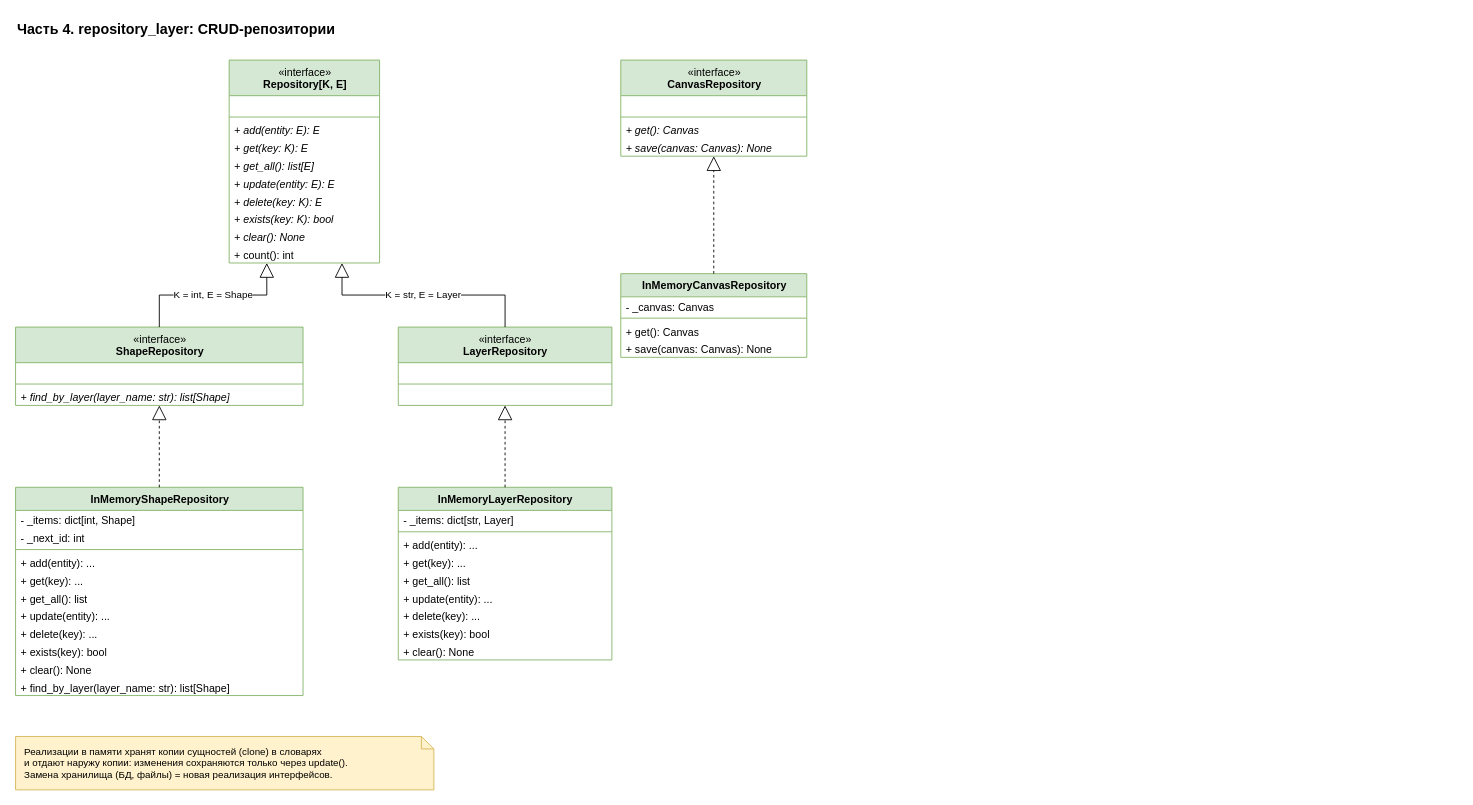
Earlier version of the draw.io diagram page "Часть 4. repository_layer" (4 of 6) of docs/uml/class_diagram.drawio (knockck/Lab1). Source tidied: cells renumbered, new cells numbered last; positions are measured from the earlier drawing's top-left corner, leaving out a move shared by most shapes. Both pictures are drawn from the tidied source at 89%, with x=0, y=0 at pixel (15, 15).
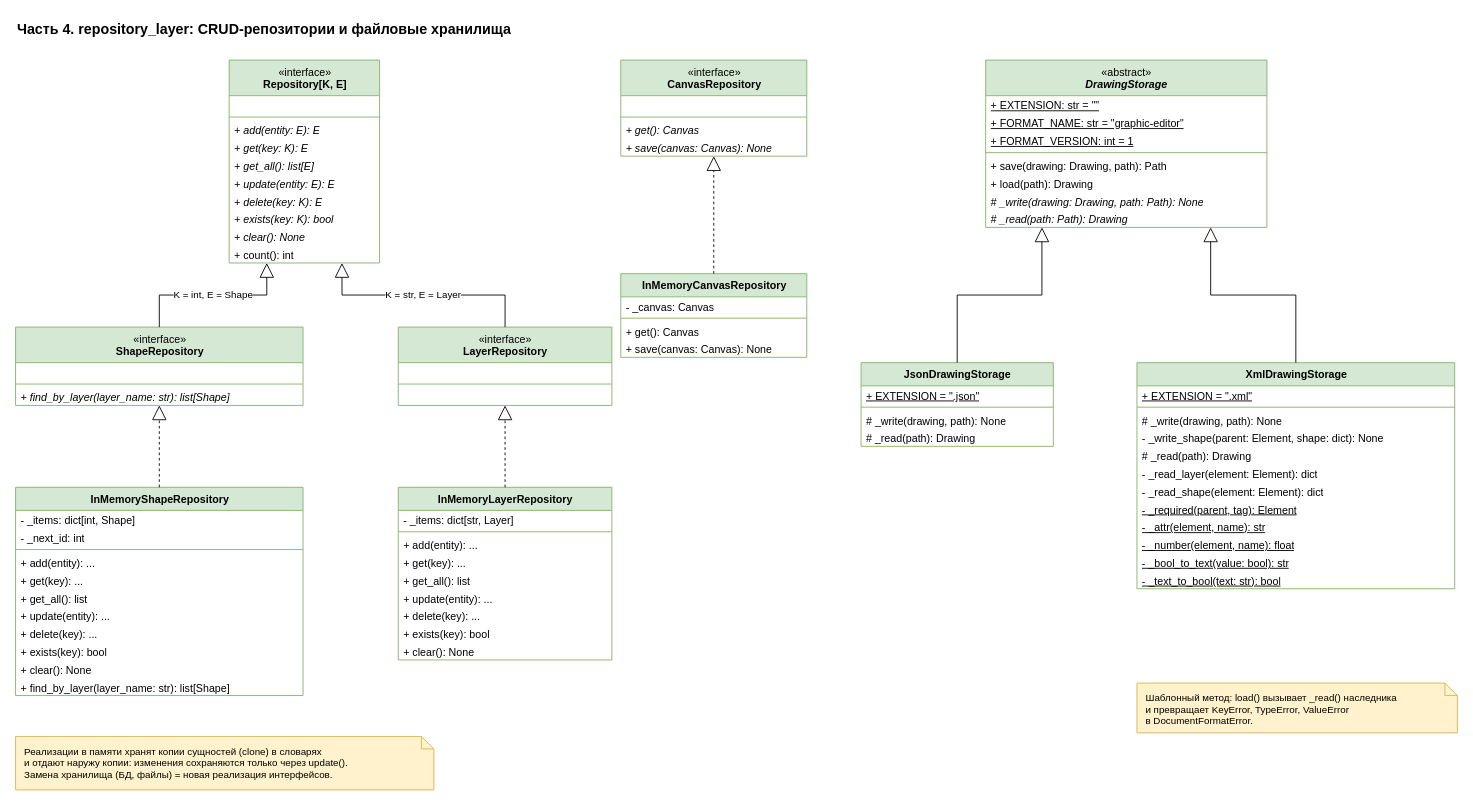
Above is the later version.

Commit message (it also covers changes not shown here):
Актуализировать UML-диаграмму: файловые хранилища

Change to the diagram source:
```diff
@@
-    <mxCell id="2" value="Часть 4. repository_layer: CRUD-репозитории" style="text;html=1;align=left;verticalAlign=middle;fontSize=16;fontStyle=1;" parent="1" vertex="1">
+    <mxCell id="2" value="Часть 4. repository_layer: CRUD-репозитории и файловые хранилища" style="text;html=1;align=left;verticalAlign=middle;fontSize=16;fontStyle=1;" parent="1" vertex="1">
       <mxGeometry width="800" height="30" as="geometry" />
     </mxCell>
@@
+    <mxCell id="60" value="&lt;span style=&quot;font-weight:normal&quot;&gt;«abstract»&lt;/span&gt;&lt;br&gt;&lt;i&gt;DrawingStorage&lt;/i&gt;" style="swimlane;fontStyle=1;align=center;verticalAlign=top;horizontal=1;startSize=40;html=1;fillColor=#d5e8d4;strokeColor=#82b366;swimlaneFillColor=#ffffff;fontSize=12;" parent="1" vertex="1">
+      <mxGeometry x="1090" y="50" width="316" height="188" as="geometry" />
+    </mxCell>
+    <mxCell id="61" value="+ EXTENSION: str = &quot;&quot;" style="text;strokeColor=none;fillColor=none;align=left;verticalAlign=top;spacingLeft=4;spacingRight=4;spacingTop=-2;overflow=hidden;html=1;fontSize=12;fontStyle=4;" parent="60" vertex="1">
+      <mxGeometry y="40" width="316" height="20" as="geometry" />
+    </mxCell>
+    <mxCell id="62" value="+ FORMAT_NAME: str = &quot;graphic-editor&quot;" style="text;strokeColor=none;fillColor=none;align=left;verticalAlign=top;spacingLeft=4;spacingRight=4;spacingTop=-2;overflow=hidden;html=1;fontSize=12;fontStyle=4;" parent="60" vertex="1">
+      <mxGeometry y="60" width="316" height="20" as="geometry" />
+    </mxCell>
+    <mxCell id="63" value="+ FORMAT_VERSION: int = 1" style="text;strokeColor=none;fillColor=none;align=left;verticalAlign=top;spacingLeft=4;spacingRight=4;spacingTop=-2;overflow=hidden;html=1;fontSize=12;fontStyle=4;" parent="60" vertex="1">
+      <mxGeometry y="80" width="316" height="20" as="geometry" />
+    </mxCell>
+    <mxCell id="64" style="line;strokeWidth=1;fillColor=none;align=left;verticalAlign=middle;spacingTop=-1;spacingLeft=3;spacingRight=3;labelPosition=right;strokeColor=inherit;" parent="60" vertex="1">
+      <mxGeometry y="100" width="316" height="8" as="geometry" />
+    </mxCell>
+    <mxCell id="65" value="+ save(drawing: Drawing, path): Path" style="text;strokeColor=none;fillColor=none;align=left;verticalAlign=top;spacingLeft=4;spacingRight=4;spacingTop=-2;overflow=hidden;html=1;fontSize=12;fontStyle=0;" parent="60" vertex="1">
+      <mxGeometry y="108" width="316" height="20" as="geometry" />
+    </mxCell>
+    <mxCell id="66" value="+ load(path): Drawing" style="text;strokeColor=none;fillColor=none;align=left;verticalAlign=top;spacingLeft=4;spacingRight=4;spacingTop=-2;overflow=hidden;html=1;fontSize=12;fontStyle=0;" parent="60" vertex="1">
+      <mxGeometry y="128" width="316" height="20" as="geometry" />
+    </mxCell>
+    <mxCell id="67" value="# _write(drawing: Drawing, path: Path): None" style="text;strokeColor=none;fillColor=none;align=left;verticalAlign=top;spacingLeft=4;spacingRight=4;spacingTop=-2;overflow=hidden;html=1;fontSize=12;fontStyle=2;" parent="60" vertex="1">
+      <mxGeometry y="148" width="316" height="20" as="geometry" />
+    </mxCell>
+    <mxCell id="68" value="# _read(path: Path): Drawing" style="text;strokeColor=none;fillColor=none;align=left;verticalAlign=top;spacingLeft=4;spacingRight=4;spacingTop=-2;overflow=hidden;html=1;fontSize=12;fontStyle=2;" parent="60" vertex="1">
+      <mxGeometry y="168" width="316" height="20" as="geometry" />
+    </mxCell>
+    <mxCell id="69" value="JsonDrawingStorage" style="swimlane;fontStyle=1;align=center;verticalAlign=top;horizontal=1;startSize=26;html=1;fillColor=#d5e8d4;strokeColor=#82b366;swimlaneFillColor=#ffffff;fontSize=12;" parent="1" vertex="1">
+      <mxGeometry x="950" y="390" width="216" height="94" as="geometry" />
+    </mxCell>
+    <mxCell id="70" value="+ EXTENSION = &quot;.json&quot;" style="text;strokeColor=none;fillColor=none;align=left;verticalAlign=top;spacingLeft=4;spacingRight=4;spacingTop=-2;overflow=hidden;html=1;fontSize=12;fontStyle=4;" parent="69" vertex="1">
+      <mxGeometry y="26" width="216" height="20" as="geometry" />
+    </mxCell>
+    <mxCell id="71" style="line;strokeWidth=1;fillColor=none;align=left;verticalAlign=middle;spacingTop=-1;spacingLeft=3;spacingRight=3;labelPosition=right;strokeColor=inherit;" parent="69" vertex="1">
+      <mxGeometry y="46" width="216" height="8" as="geometry" />
+    </mxCell>
+    <mxCell id="72" value="# _write(drawing, path): None" style="text;strokeColor=none;fillColor=none;align=left;verticalAlign=top;spacingLeft=4;spacingRight=4;spacingTop=-2;overflow=hidden;html=1;fontSize=12;fontStyle=0;" parent="69" vertex="1">
+      <mxGeometry y="54" width="216" height="20" as="geometry" />
+    </mxCell>
+    <mxCell id="73" value="# _read(path): Drawing" style="text;strokeColor=none;fillColor=none;align=left;verticalAlign=top;spacingLeft=4;spacingRight=4;spacingTop=-2;overflow=hidden;html=1;fontSize=12;fontStyle=0;" parent="69" vertex="1">
+      <mxGeometry y="74" width="216" height="20" as="geometry" />
+    </mxCell>
+    <mxCell id="74" value="XmlDrawingStorage" style="swimlane;fontStyle=1;align=center;verticalAlign=top;horizontal=1;startSize=26;html=1;fillColor=#d5e8d4;strokeColor=#82b366;swimlaneFillColor=#ffffff;fontSize=12;" parent="1" vertex="1">
+      <mxGeometry x="1260" y="390" width="357" height="254" as="geometry" />
+    </mxCell>
+    <mxCell id="75" value="+ EXTENSION = &quot;.xml&quot;" style="text;strokeColor=none;fillColor=none;align=left;verticalAlign=top;spacingLeft=4;spacingRight=4;spacingTop=-2;overflow=hidden;html=1;fontSize=12;fontStyle=4;" parent="74" vertex="1">
+      <mxGeometry y="26" width="357" height="20" as="geometry" />
+    </mxCell>
+    <mxCell id="76" style="line;strokeWidth=1;fillColor=none;align=left;verticalAlign=middle;spacingTop=-1;spacingLeft=3;spacingRight=3;labelPosition=right;strokeColor=inherit;" parent="74" vertex="1">
+      <mxGeometry y="46" width="357" height="8" as="geometry" />
+    </mxCell>
+    <mxCell id="77" value="# _write(drawing, path): None" style="text;strokeColor=none;fillColor=none;align=left;verticalAlign=top;spacingLeft=4;spacingRight=4;spacingTop=-2;overflow=hidden;html=1;fontSize=12;fontStyle=0;" parent="74" vertex="1">
+      <mxGeometry y="54" width="357" height="20" as="geometry" />
+    </mxCell>
+    <mxCell id="78" value="- _write_shape(parent: Element, shape: dict): None" style="text;strokeColor=none;fillColor=none;align=left;verticalAlign=top;spacingLeft=4;spacingRight=4;spacingTop=-2;overflow=hidden;html=1;fontSize=12;fontStyle=0;" parent="74" vertex="1">
+      <mxGeometry y="74" width="357" height="20" as="geometry" />
+    </mxCell>
+    <mxCell id="79" value="# _read(path): Drawing" style="text;strokeColor=none;fillColor=none;align=left;verticalAlign=top;spacingLeft=4;spacingRight=4;spacingTop=-2;overflow=hidden;html=1;fontSize=12;fontStyle=0;" parent="74" vertex="1">
+      <mxGeometry y="94" width="357" height="20" as="geometry" />
+    </mxCell>
+    <mxCell id="80" value="- _read_layer(element: Element): dict" style="text;strokeColor=none;fillColor=none;align=left;verticalAlign=top;spacingLeft=4;spacingRight=4;spacingTop=-2;overflow=hidden;html=1;fontSize=12;fontStyle=0;" parent="74" vertex="1">
+      <mxGeometry y="114" width="357" height="20" as="geometry" />
+    </mxCell>
+    <mxCell id="81" value="- _read_shape(element: Element): dict" style="text;strokeColor=none;fillColor=none;align=left;verticalAlign=top;spacingLeft=4;spacingRight=4;spacingTop=-2;overflow=hidden;html=1;fontSize=12;fontStyle=0;" parent="74" vertex="1">
+      <mxGeometry y="134" width="357" height="20" as="geometry" />
+    </mxCell>
+    <mxCell id="82" value="- _required(parent, tag): Element" style="text;strokeColor=none;fillColor=none;align=left;verticalAlign=top;spacingLeft=4;spacingRight=4;spacingTop=-2;overflow=hidden;html=1;fontSize=12;fontStyle=4;" parent="74" vertex="1">
+      <mxGeometry y="154" width="357" height="20" as="geometry" />
+    </mxCell>
+    <mxCell id="83" value="- _attr(element, name): str" style="text;strokeColor=none;fillColor=none;align=left;verticalAlign=top;spacingLeft=4;spacingRight=4;spacingTop=-2;overflow=hidden;html=1;fontSize=12;fontStyle=4;" parent="74" vertex="1">
+      <mxGeometry y="174" width="357" height="20" as="geometry" />
+    </mxCell>
+    <mxCell id="84" value="- _number(element, name): float" style="text;strokeColor=none;fillColor=none;align=left;verticalAlign=top;spacingLeft=4;spacingRight=4;spacingTop=-2;overflow=hidden;html=1;fontSize=12;fontStyle=4;" parent="74" vertex="1">
+      <mxGeometry y="194" width="357" height="20" as="geometry" />
+    </mxCell>
+    <mxCell id="85" value="- _bool_to_text(value: bool): str" style="text;strokeColor=none;fillColor=none;align=left;verticalAlign=top;spacingLeft=4;spacingRight=4;spacingTop=-2;overflow=hidden;html=1;fontSize=12;fontStyle=4;" parent="74" vertex="1">
+      <mxGeometry y="214" width="357" height="20" as="geometry" />
+    </mxCell>
+    <mxCell id="86" value="- _text_to_bool(text: str): bool" style="text;strokeColor=none;fillColor=none;align=left;verticalAlign=top;spacingLeft=4;spacingRight=4;spacingTop=-2;overflow=hidden;html=1;fontSize=12;fontStyle=4;" parent="74" vertex="1">
+      <mxGeometry y="234" width="357" height="20" as="geometry" />
+    </mxCell>
+    <mxCell id="87" style="html=1;rounded=0;edgeStyle=orthogonalEdgeStyle;fontSize=11;endArrow=block;endSize=14;endFill=0;exitX=0.5;exitY=0;exitDx=0;exitDy=0;entryX=0.2;entryY=1;entryDx=0;entryDy=0;labelBackgroundColor=#ffffff;" parent="1" edge="1" source="69" target="60">
+      <mxGeometry relative="1" as="geometry" />
+    </mxCell>
+    <mxCell id="88" style="html=1;rounded=0;edgeStyle=orthogonalEdgeStyle;fontSize=11;endArrow=block;endSize=14;endFill=0;exitX=0.5;exitY=0;exitDx=0;exitDy=0;entryX=0.8;entryY=1;entryDx=0;entryDy=0;labelBackgroundColor=#ffffff;" parent="1" edge="1" source="74" target="60">
+      <mxGeometry relative="1" as="geometry" />
+    </mxCell>
+    <mxCell id="89" value="Шаблонный метод: load() вызывает _read() наследника&lt;br&gt;и превращает KeyError, TypeError, ValueError&lt;br&gt;в DocumentFormatError." style="shape=note;whiteSpace=wrap;html=1;size=14;align=left;verticalAlign=top;spacingLeft=8;spacingTop=4;fillColor=#fff2cc;strokeColor=#d6b656;fontSize=11;" parent="1" vertex="1">
+      <mxGeometry x="1260" y="750" width="360" height="56" as="geometry" />
+    </mxCell>
```
